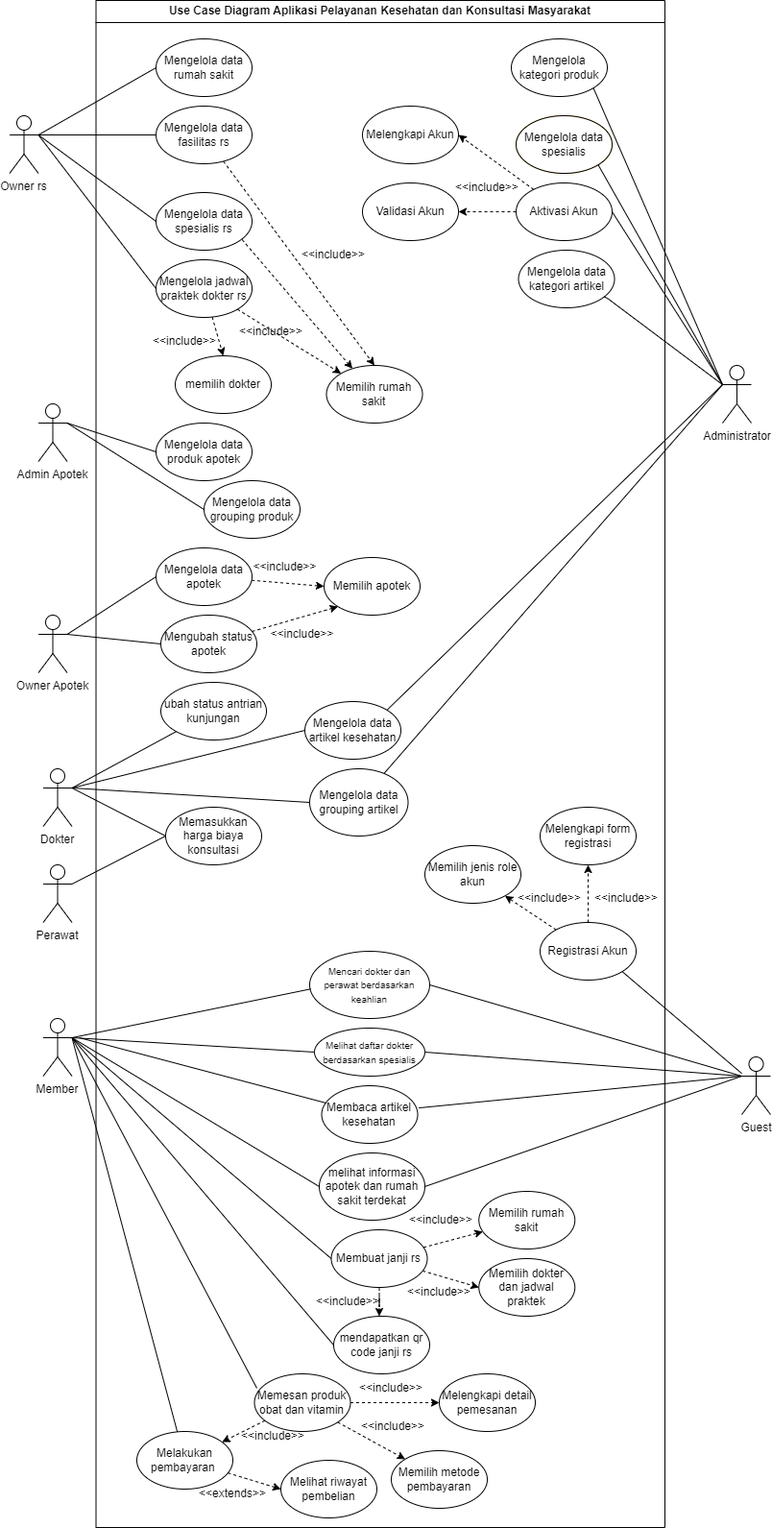
Earlier version of the draw.io export use case/use case fix.drawio.png (Muhamadrafliseptian/rancangan-sistem-dan-dokumen). Source tidied: cells renumbered, new cells last; positions are measured from the earlier drawing's top-left corner, leaving out a move shared by most shapes.
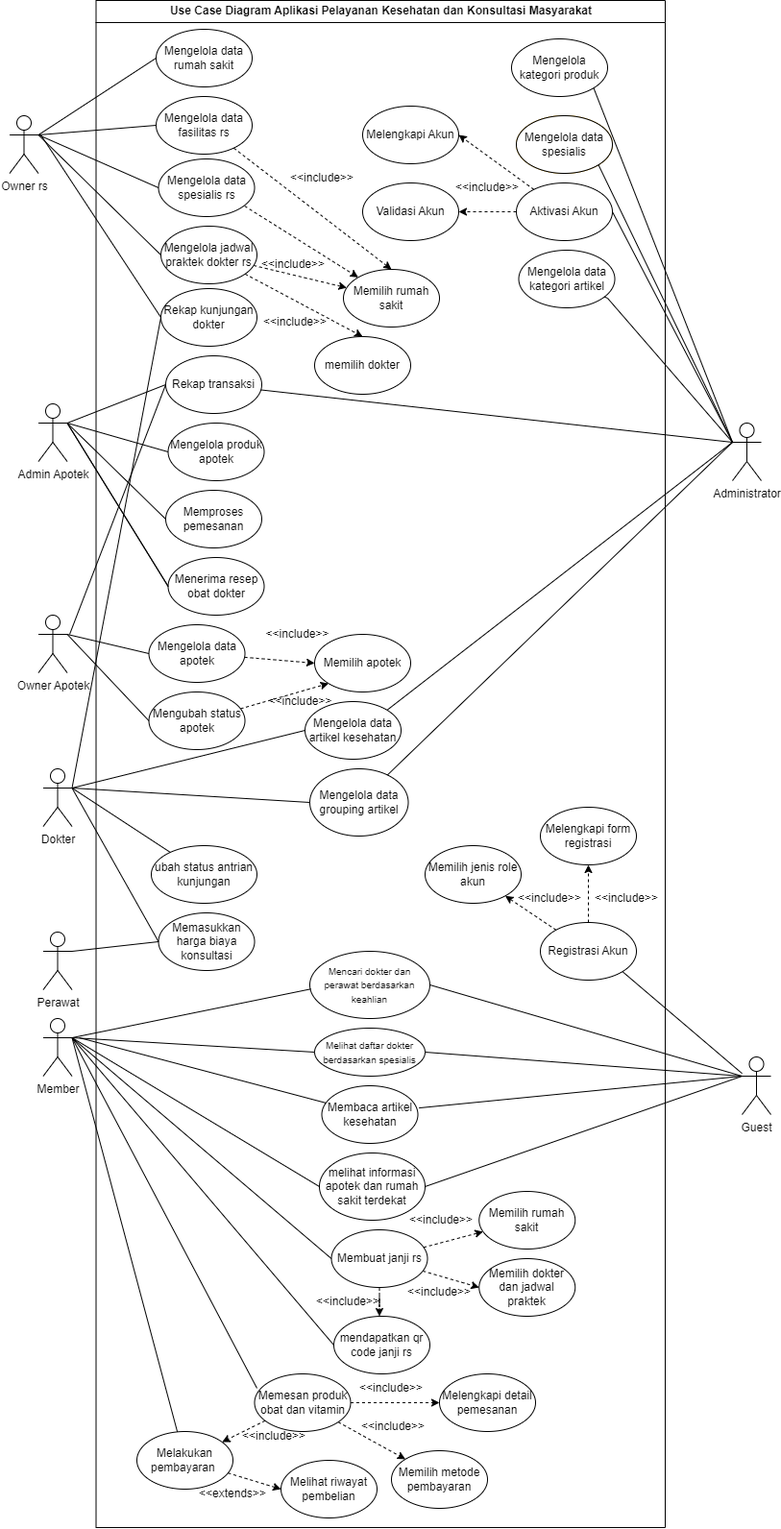
The same diagram one commit later.

The edit, as a diff of the source:
```diff
@@ -24,28 +24,25 @@
       <mxGeometry x="522.5" y="920" width="60" height="30" as="geometry" />
     </mxCell>
     <mxCell id="9" value="Mengelola data rumah sakit" style="ellipse;whiteSpace=wrap;html=1;" parent="2" vertex="1">
-      <mxGeometry x="62.5" y="40" width="100" height="60" as="geometry" />
+      <mxGeometry x="62.5" y="30" width="100" height="60" as="geometry" />
     </mxCell>
     <mxCell id="10" style="rounded=0;jettySize=auto;html=1;dashed=1;entryX=0.5;entryY=0;entryDx=0;entryDy=0;" parent="2" edge="1" source="11" target="14">
       <mxGeometry relative="1" as="geometry" />
     </mxCell>
     <mxCell id="11" value="Mengelola data fasilitas rs" style="ellipse;whiteSpace=wrap;html=1;" parent="2" vertex="1">
-      <mxGeometry x="62.5" y="110" width="100" height="60" as="geometry" />
+      <mxGeometry x="62.5" y="100" width="100" height="60" as="geometry" />
     </mxCell>
     <mxCell id="12" style="rounded=0;jettySize=auto;html=1;exitX=0.897;exitY=0.818;exitDx=0;exitDy=0;exitPerimeter=0;dashed=1;" parent="2" edge="1" source="13" target="14">
       <mxGeometry relative="1" as="geometry" />
     </mxCell>
     <mxCell id="13" value="Mengelola data spesialis rs" style="ellipse;whiteSpace=wrap;html=1;" parent="2" vertex="1">
-      <mxGeometry x="62.5" y="200" width="100" height="60" as="geometry" />
+      <mxGeometry x="65" y="165" width="100" height="60" as="geometry" />
     </mxCell>
     <mxCell id="14" value="Memilih rumah sakit" style="ellipse;whiteSpace=wrap;html=1;" parent="2" vertex="1">
-      <mxGeometry x="240" y="380" width="100" height="60" as="geometry" />
+      <mxGeometry x="257.5" y="280" width="100" height="60" as="geometry" />
     </mxCell>
-    <mxCell id="15" value="&amp;lt;&amp;lt;include&amp;gt;&amp;gt;" style="text;html=1;strokeColor=none;fillColor=none;align=center;verticalAlign=middle;whiteSpace=wrap;rounded=0;" parent="2" vertex="1">
-      <mxGeometry x="62.5" y="340" width="60" height="30" as="geometry" />
-    </mxCell>
     <mxCell id="16" value="&amp;lt;&amp;lt;include&amp;gt;&amp;gt;" style="text;html=1;strokeColor=none;fillColor=none;align=center;verticalAlign=middle;whiteSpace=wrap;rounded=0;" parent="2" vertex="1">
-      <mxGeometry x="217.5" y="250" width="60" height="30" as="geometry" />
+      <mxGeometry x="175" y="260" width="60" height="30" as="geometry" />
     </mxCell>
     <mxCell id="17" style="rounded=0;jettySize=auto;html=1;dashed=1;" parent="2" edge="1" source="19" target="14">
       <mxGeometry relative="1" as="geometry" />
@@ -54,34 +51,34 @@
       <mxGeometry relative="1" as="geometry" />
     </mxCell>
     <mxCell id="19" value="Mengelola jadwal praktek dokter rs" style="ellipse;whiteSpace=wrap;html=1;" parent="2" vertex="1">
-      <mxGeometry x="62.5" y="270" width="100" height="60" as="geometry" />
+      <mxGeometry x="67.5" y="235" width="100" height="60" as="geometry" />
     </mxCell>
     <mxCell id="20" value="memilih dokter" style="ellipse;whiteSpace=wrap;html=1;" parent="2" vertex="1">
-      <mxGeometry x="82.5" y="370" width="100" height="60" as="geometry" />
+      <mxGeometry x="227.5" y="350" width="100" height="60" as="geometry" />
     </mxCell>
     <mxCell id="21" style="edgeStyle=none;rounded=0;jettySize=auto;html=1;entryX=0;entryY=0.5;entryDx=0;entryDy=0;endArrow=classic;endFill=1;dashed=1;" parent="2" edge="1" source="22" target="26">
       <mxGeometry relative="1" as="geometry" />
     </mxCell>
     <mxCell id="22" value="Mengelola data apotek" style="ellipse;whiteSpace=wrap;html=1;" parent="2" vertex="1">
-      <mxGeometry x="62.5" y="570" width="100" height="60" as="geometry" />
+      <mxGeometry x="55" y="650" width="100" height="60" as="geometry" />
     </mxCell>
-    <mxCell id="23" value="Mengelola data produk apotek" style="ellipse;whiteSpace=wrap;html=1;" parent="2" vertex="1">
-      <mxGeometry x="62.5" y="440" width="100" height="60" as="geometry" />
+    <mxCell id="23" value="Mengelola produk apotek" style="ellipse;whiteSpace=wrap;html=1;" parent="2" vertex="1">
+      <mxGeometry x="75" y="440" width="100" height="60" as="geometry" />
     </mxCell>
     <mxCell id="24" style="rounded=0;jettySize=auto;html=1;entryX=0;entryY=1;entryDx=0;entryDy=0;dashed=1;" parent="2" edge="1" source="25" target="26">
       <mxGeometry relative="1" as="geometry" />
     </mxCell>
     <mxCell id="25" value="Mengubah status apotek" style="ellipse;whiteSpace=wrap;html=1;" parent="2" vertex="1">
-      <mxGeometry x="67.5" y="640" width="100" height="60" as="geometry" />
+      <mxGeometry x="55" y="720" width="100" height="60" as="geometry" />
     </mxCell>
     <mxCell id="26" value="Memilih apotek" style="ellipse;whiteSpace=wrap;html=1;" parent="2" vertex="1">
-      <mxGeometry x="237.5" y="580" width="100" height="60" as="geometry" />
+      <mxGeometry x="227.5" y="660" width="100" height="60" as="geometry" />
     </mxCell>
     <mxCell id="27" value="&amp;lt;&amp;lt;include&amp;gt;&amp;gt;" style="text;html=1;strokeColor=none;fillColor=none;align=center;verticalAlign=middle;whiteSpace=wrap;rounded=0;" parent="2" vertex="1">
-      <mxGeometry x="182.5" y="620" width="65" height="80" as="geometry" />
+      <mxGeometry x="180" y="690" width="65" height="80" as="geometry" />
     </mxCell>
-    <mxCell id="28" value="Mengelola data grouping produk" style="ellipse;whiteSpace=wrap;html=1;" parent="2" vertex="1">
-      <mxGeometry x="112.5" y="500" width="100" height="60" as="geometry" />
+    <mxCell id="28" value="Menerima resep obat dokter" style="ellipse;whiteSpace=wrap;html=1;" parent="2" vertex="1">
+      <mxGeometry x="75" y="580" width="100" height="60" as="geometry" />
     </mxCell>
     <mxCell id="29" value="Mengelola data artikel kesehatan" style="ellipse;whiteSpace=wrap;html=1;" parent="2" vertex="1">
       <mxGeometry x="217.5" y="730" width="100" height="60" as="geometry" />
@@ -90,7 +87,7 @@
       <mxGeometry x="222.5" y="800" width="102.5" height="70" as="geometry" />
     </mxCell>
     <mxCell id="31" value="Memasukkan harga biaya konsultasi" style="ellipse;whiteSpace=wrap;html=1;fillColor=default;strokeColor=default;" parent="2" vertex="1">
-      <mxGeometry x="72.5" y="840" width="100" height="60" as="geometry" />
+      <mxGeometry x="65" y="950" width="100" height="60" as="geometry" />
     </mxCell>
     <mxCell id="32" value="Membaca artikel kesehatan" style="ellipse;whiteSpace=wrap;html=1;" parent="2" vertex="1">
       <mxGeometry x="235" y="1130" width="100" height="60" as="geometry" />
@@ -200,10 +197,10 @@
       <mxGeometry x="437.5" y="120" width="100" height="60" as="geometry" />
     </mxCell>
     <mxCell id="67" value="&amp;lt;&amp;lt;include&amp;gt;&amp;gt;" style="text;html=1;strokeColor=none;fillColor=none;align=center;verticalAlign=middle;whiteSpace=wrap;rounded=0;" parent="2" vertex="1">
-      <mxGeometry x="152.5" y="330" width="60" height="30" as="geometry" />
+      <mxGeometry x="177.5" y="320" width="60" height="30" as="geometry" />
     </mxCell>
     <mxCell id="68" value="ubah status antrian kunjungan" style="ellipse;whiteSpace=wrap;html=1;" parent="2" vertex="1">
-      <mxGeometry x="67.5" y="710" width="110" height="60" as="geometry" />
+      <mxGeometry x="57.5" y="880" width="110" height="60" as="geometry" />
     </mxCell>
     <mxCell id="69" value="Melengkapi Akun" style="ellipse;whiteSpace=wrap;html=1;" parent="2" vertex="1">
       <mxGeometry x="277.5" y="110" width="100" height="60" as="geometry" />
@@ -218,8 +215,20 @@
       <mxGeometry x="442.5" y="920" width="60" height="30" as="geometry" />
     </mxCell>
     <mxCell id="73" value="&amp;lt;&amp;lt;include&amp;gt;&amp;gt;" style="text;html=1;strokeColor=none;fillColor=none;align=center;verticalAlign=middle;whiteSpace=wrap;rounded=0;" parent="2" vertex="1">
-      <mxGeometry x="165" y="550" width="65" height="80" as="geometry" />
+      <mxGeometry x="177.5" y="620" width="65" height="80" as="geometry" />
     </mxCell>
+    <mxCell id="114" value="Rekap kunjungan dokter" style="ellipse;whiteSpace=wrap;html=1;" parent="2" vertex="1">
+      <mxGeometry x="67.5" y="300" width="100" height="60" as="geometry" />
+    </mxCell>
+    <mxCell id="115" value="Rekap transaksi" style="ellipse;whiteSpace=wrap;html=1;" parent="2" vertex="1">
+      <mxGeometry x="72.5" y="370" width="100" height="60" as="geometry" />
+    </mxCell>
+    <mxCell id="15" value="&amp;lt;&amp;lt;include&amp;gt;&amp;gt;" style="text;html=1;strokeColor=none;fillColor=none;align=center;verticalAlign=middle;whiteSpace=wrap;rounded=0;" parent="2" vertex="1">
+      <mxGeometry x="205" y="170" width="60" height="30" as="geometry" />
+    </mxCell>
+    <mxCell id="116" value="Memproses pemesanan" style="ellipse;whiteSpace=wrap;html=1;" parent="2" vertex="1">
+      <mxGeometry x="72.5" y="510" width="100" height="60" as="geometry" />
+    </mxCell>
     <mxCell id="74" style="rounded=0;jettySize=auto;html=1;entryX=0;entryY=0.5;entryDx=0;entryDy=0;exitX=1;exitY=0.3333333333333333;exitDx=0;exitDy=0;exitPerimeter=0;endArrow=none;endFill=0;" parent="1" edge="1" source="78" target="9">
       <mxGeometry relative="1" as="geometry" />
     </mxCell>
@@ -236,13 +245,18 @@
     <mxCell id="77" style="rounded=0;jettySize=auto;html=1;entryX=0;entryY=0.5;entryDx=0;entryDy=0;exitX=1;exitY=0.3333333333333333;exitDx=0;exitDy=0;exitPerimeter=0;endArrow=none;endFill=0;" parent="1" edge="1" source="78" target="19">
       <mxGeometry relative="1" as="geometry" />
     </mxCell>
+    <mxCell id="117" style="rounded=0;jettySize=auto;html=1;entryX=0;entryY=0.5;entryDx=0;entryDy=0;endArrow=none;endFill=0;" parent="1" edge="1" target="114">
+      <mxGeometry relative="1" as="geometry">
+        <mxPoint x="32" y="140" as="sourcePoint" />
+      </mxGeometry>
+    </mxCell>
     <mxCell id="78" value="Owner rs" style="shape=umlActor;verticalLabelPosition=bottom;verticalAlign=top;html=1;outlineConnect=0;" parent="1" vertex="1">
       <mxGeometry x="-0.5" y="120" width="30" height="60" as="geometry" />
     </mxCell>
     <mxCell id="79" style="rounded=0;jettySize=auto;html=1;entryX=0;entryY=0.5;entryDx=0;entryDy=0;exitX=1;exitY=0.3333333333333333;exitDx=0;exitDy=0;exitPerimeter=0;endArrow=none;endFill=0;" parent="1" edge="1" source="83" target="22">
       <mxGeometry relative="1" as="geometry" />
     </mxCell>
-    <mxCell id="80" style="rounded=0;jettySize=auto;html=1;entryX=0;entryY=0.5;entryDx=0;entryDy=0;exitX=1;exitY=0.3333333333333333;exitDx=0;exitDy=0;exitPerimeter=0;endArrow=none;endFill=0;" parent="1" edge="1" source="113" target="23">
+    <mxCell id="80" style="rounded=0;jettySize=auto;html=1;entryX=0;entryY=0.5;entryDx=0;entryDy=0;exitX=1;exitY=0.3333333333333333;exitDx=0;exitDy=0;exitPerimeter=0;endArrow=none;endFill=0;" parent="1" edge="1" source="113" target="116">
       <mxGeometry relative="1" as="geometry" />
     </mxCell>
     <mxCell id="81" style="rounded=0;jettySize=auto;html=1;entryX=0;entryY=0.5;entryDx=0;entryDy=0;exitX=1;exitY=0.3333333333333333;exitDx=0;exitDy=0;exitPerimeter=0;endArrow=none;endFill=0;" parent="1" edge="1" source="83" target="25">
@@ -251,6 +265,12 @@
     <mxCell id="82" style="rounded=0;jettySize=auto;html=1;entryX=0;entryY=0.5;entryDx=0;entryDy=0;endArrow=none;endFill=0;exitX=1;exitY=0.3333333333333333;exitDx=0;exitDy=0;exitPerimeter=0;" parent="1" edge="1" source="113" target="28">
       <mxGeometry relative="1" as="geometry" />
     </mxCell>
+    <mxCell id="118" style="edgeStyle=none;rounded=0;orthogonalLoop=1;jettySize=auto;html=1;endArrow=none;endFill=0;" parent="1" edge="1">
+      <mxGeometry relative="1" as="geometry">
+        <mxPoint x="62" y="660" as="sourcePoint" />
+        <mxPoint x="162" y="400" as="targetPoint" />
+      </mxGeometry>
+    </mxCell>
     <mxCell id="83" value="Owner Apotek" style="shape=umlActor;verticalLabelPosition=bottom;verticalAlign=top;html=1;outlineConnect=0;" parent="1" vertex="1">
       <mxGeometry x="29.5" y="640" width="30" height="60" as="geometry" />
     </mxCell>
@@ -260,6 +280,9 @@
     <mxCell id="85" style="rounded=0;jettySize=auto;html=1;endArrow=none;endFill=0;exitX=1;exitY=0.3333333333333333;exitDx=0;exitDy=0;exitPerimeter=0;" parent="1" edge="1" source="86" target="68">
       <mxGeometry relative="1" as="geometry" />
     </mxCell>
+    <mxCell id="119" style="edgeStyle=none;rounded=0;jettySize=auto;html=1;entryX=0;entryY=0.5;entryDx=0;entryDy=0;endArrow=none;endFill=0;exitX=1;exitY=0.3333333333333333;exitDx=0;exitDy=0;exitPerimeter=0;" parent="1" edge="1" source="86" target="114">
+      <mxGeometry relative="1" as="geometry" />
+    </mxCell>
     <mxCell id="86" value="Dokter" style="shape=umlActor;verticalLabelPosition=bottom;verticalAlign=top;html=1;outlineConnect=0;" parent="1" vertex="1">
       <mxGeometry x="34.5" y="800" width="30" height="60" as="geometry" />
     </mxCell>
@@ -267,7 +290,7 @@
       <mxGeometry relative="1" as="geometry" />
     </mxCell>
     <mxCell id="88" value="Perawat" style="shape=umlActor;verticalLabelPosition=bottom;verticalAlign=top;html=1;outlineConnect=0;" parent="1" vertex="1">
-      <mxGeometry x="34.5" y="900" width="30" height="60" as="geometry" />
+      <mxGeometry x="34.5" y="970" width="30" height="60" as="geometry" />
     </mxCell>
     <mxCell id="89" style="rounded=0;jettySize=auto;html=1;endArrow=none;endFill=0;" parent="1" edge="1" target="32">
       <mxGeometry relative="1" as="geometry">
@@ -337,7 +360,7 @@
     </mxCell>
     <mxCell id="109" style="rounded=0;jettySize=auto;html=1;endArrow=none;endFill=0;" parent="1" edge="1" target="30">
       <mxGeometry relative="1" as="geometry">
-        <mxPoint x="742" y="400" as="sourcePoint" />
+        <mxPoint x="752" y="460" as="sourcePoint" />
       </mxGeometry>
     </mxCell>
     <mxCell id="110" style="rounded=0;jettySize=auto;html=1;exitX=0;exitY=0.3333333333333333;exitDx=0;exitDy=0;exitPerimeter=0;endArrow=none;endFill=0;" parent="1" edge="1" source="112" target="63">
@@ -350,9 +373,23 @@
     <mxCell id="111" style="edgeStyle=none;rounded=0;jettySize=auto;html=1;entryX=1;entryY=0;entryDx=0;entryDy=0;endArrow=none;endFill=0;exitX=0;exitY=0.3333333333333333;exitDx=0;exitDy=0;exitPerimeter=0;" parent="1" edge="1" source="112" target="29">
       <mxGeometry relative="1" as="geometry" />
     </mxCell>
+    <mxCell id="120" style="edgeStyle=none;rounded=0;jettySize=auto;html=1;endArrow=none;endFill=0;" parent="1" edge="1" target="115">
+      <mxGeometry relative="1" as="geometry">
+        <mxPoint x="752" y="460" as="sourcePoint" />
+      </mxGeometry>
+    </mxCell>
     <mxCell id="112" value="Administrator" style="shape=umlActor;verticalLabelPosition=bottom;verticalAlign=top;html=1;outlineConnect=0;" parent="1" vertex="1">
-      <mxGeometry x="742" y="380" width="30" height="60" as="geometry" />
+      <mxGeometry x="752" y="440" width="30" height="60" as="geometry" />
     </mxCell>
+    <mxCell id="121" style="edgeStyle=none;rounded=0;jettySize=auto;html=1;entryX=0;entryY=0.5;entryDx=0;entryDy=0;endArrow=none;endFill=0;exitX=1;exitY=0.3333333333333333;exitDx=0;exitDy=0;exitPerimeter=0;" parent="1" edge="1" source="113" target="115">
+      <mxGeometry relative="1" as="geometry" />
+    </mxCell>
+    <mxCell id="122" style="edgeStyle=none;rounded=0;jettySize=auto;html=1;entryX=0;entryY=0.5;entryDx=0;entryDy=0;endArrow=none;endFill=0;exitX=1;exitY=0.3333333333333333;exitDx=0;exitDy=0;exitPerimeter=0;" parent="1" edge="1" source="113" target="28">
+      <mxGeometry relative="1" as="geometry" />
+    </mxCell>
+    <mxCell id="123" style="edgeStyle=none;rounded=0;jettySize=auto;html=1;entryX=0;entryY=0.5;entryDx=0;entryDy=0;endArrow=none;endFill=0;exitX=1;exitY=0.3333333333333333;exitDx=0;exitDy=0;exitPerimeter=0;" parent="1" edge="1" source="113" target="23">
+      <mxGeometry relative="1" as="geometry" />
+    </mxCell>
     <mxCell id="113" value="Admin Apotek" style="shape=umlActor;verticalLabelPosition=bottom;verticalAlign=top;html=1;outlineConnect=0;" parent="1" vertex="1">
       <mxGeometry x="29.5" y="420" width="30" height="60" as="geometry" />
     </mxCell>
```
